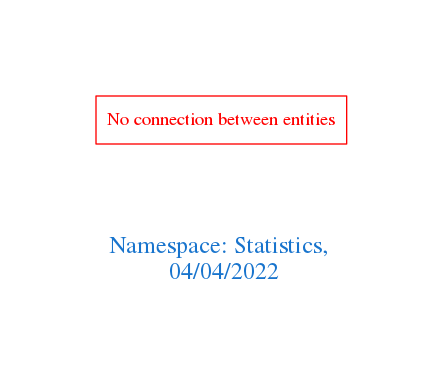
Above: downloads/Statistics.png in arago/OGIT (Graphviz), before the change. Its source is kept beside it as downloads/Statistics.dot.
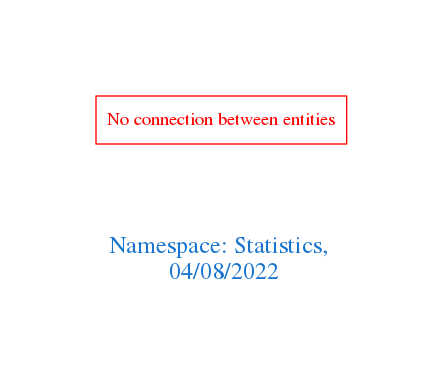
After the change.

Diff of the diagram source:
```diff
@@ -1,7 +1,7 @@
 digraph OGIT_ontology {
  graph [ rankdir= LR,pad=1
 fontsize = 18,
-fontcolor= dodgerblue3,label = "\n\n\nNamespace: Statistics, \n 04/04/2022"];
+fontcolor= dodgerblue3,label = "\n\n\nNamespace: Statistics, \n 04/08/2022"];
 node[shape=polygon];
 edge [  color="gray81"];
 
```
